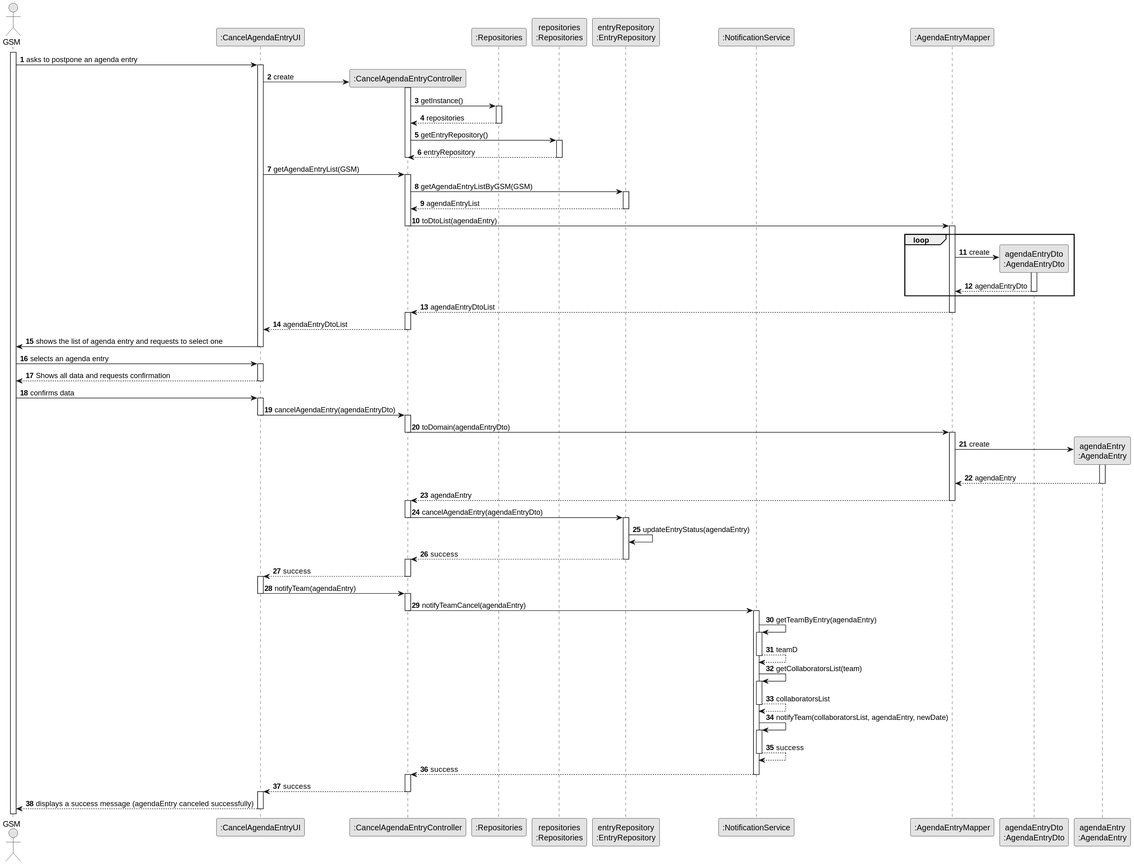
This is docs/sprintC/us025/03.design/svg/us025-sequence-diagram-full.svg from ricardomm7/leaflink, a PlantUML export, as it was before one commit.
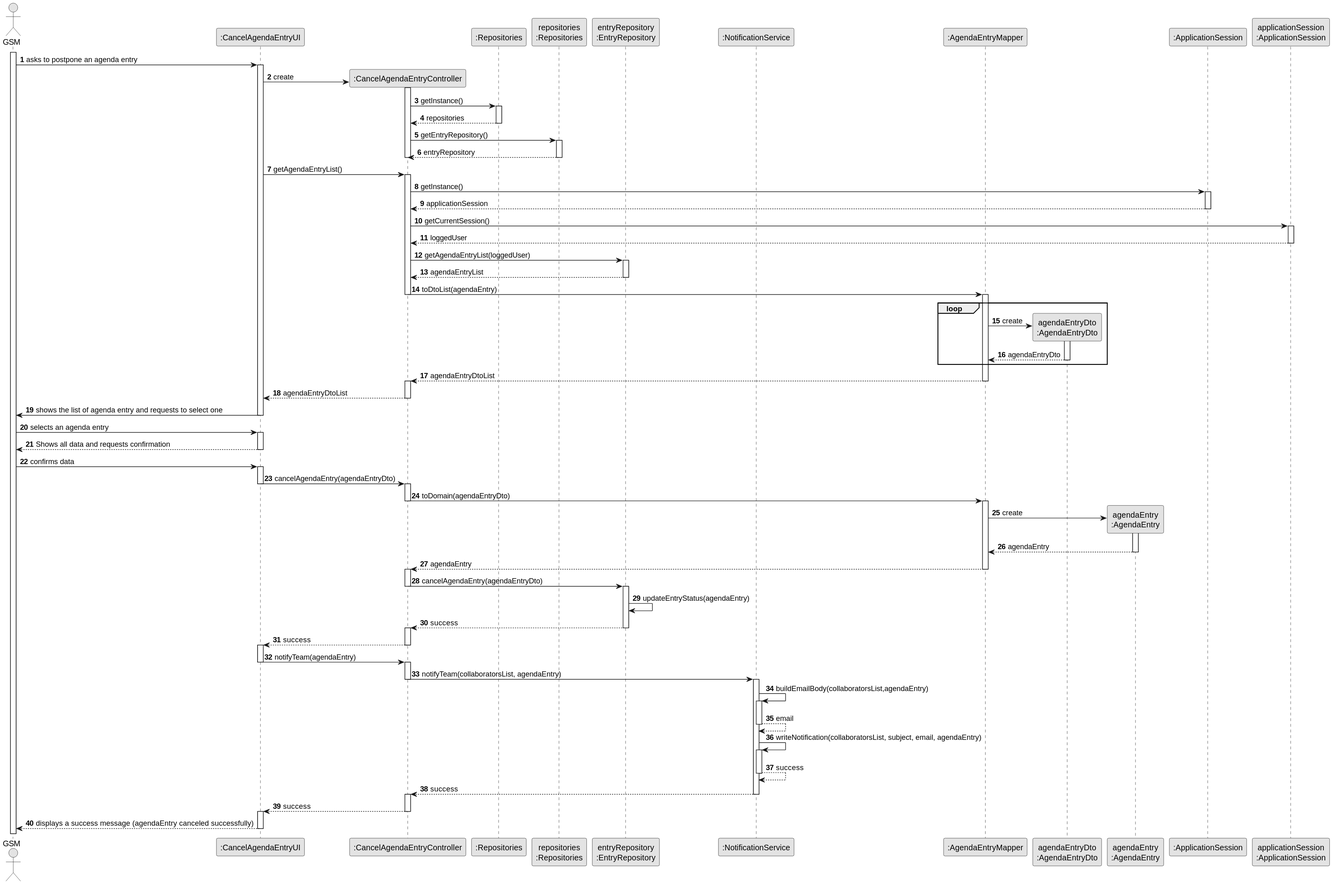
Above is the later version.

The edit, as a diff of the source:
```diff
@@ -15,6 +15,8 @@
 participant ":AgendaEntryMapper" as AgendaEntryMapper
 participant "agendaEntryDto\n:AgendaEntryDto" as AgendaEntryDto
 participant "agendaEntry\n:AgendaEntry" as AgendaEntry
+participant ":ApplicationSession" as ApplicationSession
+participant "applicationSession\n:ApplicationSession" as applicationSession1
 
 
 
@@ -41,10 +43,20 @@
              deactivate CTRL
 
 
-        UI -> CTRL: getAgendaEntryList(GSM)
+        UI -> CTRL: getAgendaEntryList()
         activate CTRL
 
-            CTRL -> EntryRepo: getAgendaEntryListByGSM(GSM)
+            CTRL -> ApplicationSession : getInstance()
+            activate ApplicationSession
+            ApplicationSession --> CTRL : applicationSession
+            deactivate ApplicationSession
+
+            CTRL -> applicationSession1 : getCurrentSession()
+            activate applicationSession1
+            applicationSession1 --> CTRL : loggedUser
+            deactivate applicationSession1
+
+            CTRL -> EntryRepo: getAgendaEntryList(loggedUser)
             activate EntryRepo
 
             EntryRepo --> CTRL: agendaEntryList
@@ -121,23 +133,17 @@
             deactivate UI
             activate CTRL
 
-            CTRL -> NotificationService : notifyTeamCancel(agendaEntry)
+            CTRL -> NotificationService : notifyTeam(collaboratorsList, agendaEntry)
             deactivate CTRL
             activate NotificationService
 
-                NotificationService -> NotificationService : getTeamByEntry(agendaEntry)
+                NotificationService -> NotificationService : buildEmailBody(collaboratorsList,agendaEntry)
                 activate NotificationService
 
-                NotificationService --> NotificationService : teamD
+                NotificationService --> NotificationService : email
                 deactivate NotificationService
 
-                NotificationService -> NotificationService : getCollaboratorsList(team)
-                activate NotificationService
-
-                NotificationService --> NotificationService : collaboratorsList
-                deactivate NotificationService
-
-                NotificationService -> NotificationService : notifyTeam(collaboratorsList, agendaEntry, newDate)
+                NotificationService -> NotificationService : writeNotification(collaboratorsList, subject, email, agendaEntry)
                 activate NotificationService
 
                 NotificationService --> NotificationService : success
```
